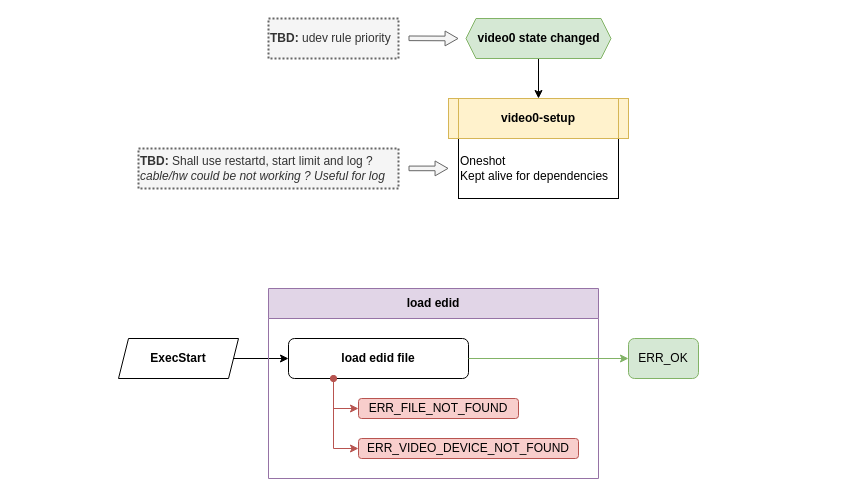
The draw.io diagram page "video0-setup" (4 of 8) of docs/arch/arch.v4.drawio in repeact/embedded-sw, before the edit. Source tidied: cells renumbered, new cells numbered last; positions are measured from the earlier drawing's top-left corner, leaving out a move shared by most shapes. Both pictures are drawn from the tidied source at 100%, with x=0, y=0 at pixel (118, 18).
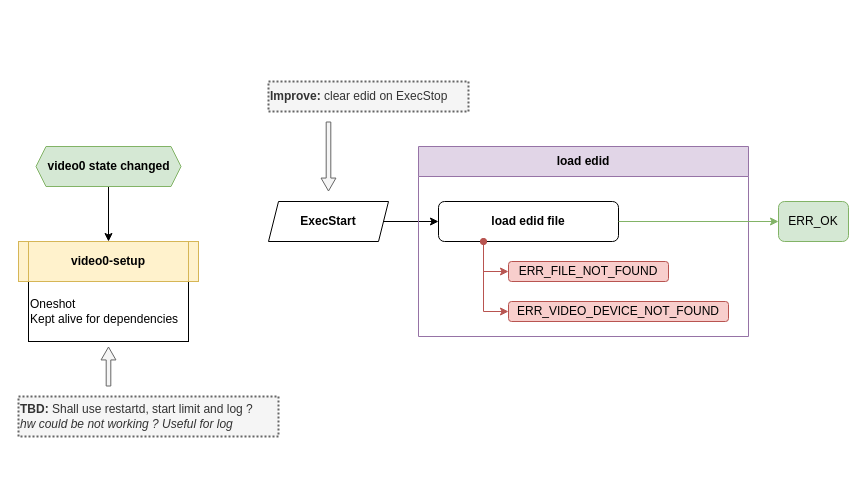
Above is the later version.

What changed in the source:
```diff
@@
     <mxCell id="2" value="Oneshot&lt;div&gt;Kept alive for dependencies&lt;/div&gt;" style="rounded=0;whiteSpace=wrap;html=1;align=left;" parent="1" vertex="1">
-      <mxGeometry x="340" y="120" width="160" height="60" as="geometry" />
+      <mxGeometry x="-90" y="263" width="160" height="60" as="geometry" />
     </mxCell>
     <mxCell id="3" value="&lt;span style=&quot;font-size: 12px;&quot;&gt;&lt;b&gt;video0-setup&lt;/b&gt;&lt;/span&gt;" style="shape=process;whiteSpace=wrap;html=1;backgroundOutline=1;size=0.05555555555555555;strokeWidth=1;fontSize=8;fillColor=#fff2cc;strokeColor=#d6b656;" parent="1" vertex="1">
-      <mxGeometry x="330" y="80" width="180" height="40" as="geometry" />
+      <mxGeometry x="-100" y="223" width="180" height="40" as="geometry" />
     </mxCell>
@@
     <mxCell id="5" value="&lt;span style=&quot;font-size: 12px;&quot;&gt;&lt;b&gt;video0 state&amp;nbsp;&lt;/b&gt;&lt;/span&gt;&lt;b style=&quot;font-size: 12px; background-color: transparent; color: light-dark(rgb(0, 0, 0), rgb(255, 255, 255));&quot;&gt;changed&lt;/b&gt;" style="shape=hexagon;perimeter=hexagonPerimeter2;whiteSpace=wrap;html=1;fixedSize=1;size=10;strokeWidth=1;fontSize=8;fillColor=#d5e8d4;strokeColor=#82b366;" parent="1" vertex="1">
-      <mxGeometry x="347.5" width="145" height="40" as="geometry" />
+      <mxGeometry x="-82.5" y="128" width="145" height="40" as="geometry" />
     </mxCell>
@@
     <mxCell id="7" value="ExecStart" style="shape=parallelogram;perimeter=parallelogramPerimeter;whiteSpace=wrap;html=1;fixedSize=1;size=10;spacingTop=0;spacingLeft=8;spacingRight=8;fontStyle=1;" parent="1" vertex="1">
-      <mxGeometry y="320" width="120" height="40" as="geometry" />
+      <mxGeometry x="150" y="183" width="120" height="40" as="geometry" />
     </mxCell>
     <mxCell id="8" value="&lt;span style=&quot;background-color: transparent; color: light-dark(rgb(0, 0, 0), rgb(255, 255, 255));&quot;&gt;load edid&lt;/span&gt;" style="swimlane;whiteSpace=wrap;html=1;startSize=30;fillColor=#e1d5e7;strokeColor=#9673a6;" parent="1" vertex="1">
-      <mxGeometry x="150" y="270" width="330" height="190" as="geometry" />
+      <mxGeometry x="300" y="128" width="330" height="190" as="geometry" />
     </mxCell>
     <mxCell id="9" value="&lt;b&gt;load edid file&lt;/b&gt;" style="rounded=1;whiteSpace=wrap;html=1;" parent="8" vertex="1">
-      <mxGeometry x="20" y="50" width="180" height="40" as="geometry" />
+      <mxGeometry x="20" y="55" width="180" height="40" as="geometry" />
     </mxCell>
     <mxCell id="10" value="ERR_FILE_NOT_FOUND" style="rounded=1;whiteSpace=wrap;html=1;fillColor=#f8cecc;strokeColor=#b85450;" parent="8" vertex="1">
-      <mxGeometry x="90" y="110" width="160" height="20" as="geometry" />
+      <mxGeometry x="90" y="115" width="160" height="20" as="geometry" />
     </mxCell>
     <mxCell id="11" style="edgeStyle=orthogonalEdgeStyle;rounded=0;jettySize=auto;html=1;startArrow=oval;startFill=1;fillColor=#f8cecc;strokeColor=#b85450;entryX=0;entryY=0.5;entryDx=0;entryDy=0;exitX=0.25;exitY=1;exitDx=0;exitDy=0;" parent="8" edge="1" source="9" target="10">
       <mxGeometry relative="1" as="geometry">
         <Array as="points">
-          <mxPoint x="65" y="120" />
+          <mxPoint x="65" y="125" />
         </Array>
       </mxGeometry>
     </mxCell>
     <mxCell id="12" value="&lt;span style=&quot;text-align: left;&quot;&gt;ERR_VIDEO_DEVICE_NOT_FOUND&lt;/span&gt;" style="rounded=1;whiteSpace=wrap;html=1;fillColor=#f8cecc;strokeColor=#b85450;" parent="8" vertex="1">
-      <mxGeometry x="90" y="150" width="220" height="20" as="geometry" />
+      <mxGeometry x="90" y="155" width="220" height="20" as="geometry" />
     </mxCell>
     <mxCell id="13" style="edgeStyle=orthogonalEdgeStyle;rounded=0;jettySize=auto;html=1;startArrow=oval;startFill=1;fillColor=#f8cecc;strokeColor=#b85450;entryX=0;entryY=0.5;entryDx=0;entryDy=0;exitX=0.25;exitY=1;exitDx=0;exitDy=0;" parent="8" edge="1" source="9" target="12">
       <mxGeometry relative="1" as="geometry">
         <Array as="points">
-          <mxPoint x="65" y="160" />
+          <mxPoint x="65" y="165" />
         </Array>
       </mxGeometry>
     </mxCell>
     <mxCell id="14" value="ERR_OK" style="rounded=1;whiteSpace=wrap;html=1;fillColor=#d5e8d4;strokeColor=#82b366;" parent="1" vertex="1">
-      <mxGeometry x="510" y="320" width="70" height="40" as="geometry" />
+      <mxGeometry x="660" y="183" width="70" height="40" as="geometry" />
     </mxCell>
@@
-    <mxCell id="16" value="&lt;div style=&quot;&quot;&gt;TBD: &lt;span style=&quot;font-weight: 400;&quot;&gt;Shall use restartd, start limit and log ?&lt;/span&gt;&lt;span style=&quot;font-weight: 400;&quot;&gt;&lt;br&gt;&lt;i&gt;cable/hw could be not working ? Useful for log&lt;/i&gt;&lt;/span&gt;&lt;/div&gt;" style="rounded=0;whiteSpace=wrap;html=1;fillColor=#f5f5f5;strokeColor=#666666;fontStyle=1;align=left;fontColor=#333333;strokeWidth=2;dashed=1;dashPattern=1 1;" parent="1" vertex="1">
-      <mxGeometry x="20" y="130" width="260" height="40" as="geometry" />
-    </mxCell>
-    <mxCell id="17" style="shape=flexArrow;endArrow=classic;html=1;rounded=0;width=4.62809917355372;endSize=3.978512396694215;endWidth=9.262109551833408;fillColor=#f5f5f5;strokeColor=#666666;" parent="1" edge="1">
-      <mxGeometry relative="1" as="geometry">
-        <mxPoint x="290" y="149.9" as="sourcePoint" />
-        <mxPoint x="330" y="149.9" as="targetPoint" />
-      </mxGeometry>
-    </mxCell>
-    <mxCell id="18" value="&lt;div style=&quot;&quot;&gt;TBD: &lt;span style=&quot;font-weight: 400;&quot;&gt;udev rule priority&lt;/span&gt;&lt;/div&gt;" style="rounded=0;whiteSpace=wrap;html=1;fillColor=#f5f5f5;strokeColor=#666666;fontStyle=1;align=left;fontColor=#333333;strokeWidth=2;dashed=1;dashPattern=1 1;" parent="1" vertex="1">
-      <mxGeometry x="150" width="130" height="40" as="geometry" />
-    </mxCell>
-    <mxCell id="19" style="shape=flexArrow;endArrow=classic;html=1;rounded=0;width=4.62809917355372;endSize=3.978512396694215;endWidth=9.262109551833408;fillColor=#f5f5f5;strokeColor=#666666;" parent="1" edge="1">
-      <mxGeometry relative="1" as="geometry">
-        <mxPoint x="290" y="19.8" as="sourcePoint" />
-        <mxPoint x="340" y="20" as="targetPoint" />
-      </mxGeometry>
-    </mxCell>
+    <mxCell id="20" value="&lt;div style=&quot;&quot;&gt;TBD: &lt;span style=&quot;font-weight: 400;&quot;&gt;Shall use restartd, start limit and log ?&lt;/span&gt;&lt;span style=&quot;font-weight: 400;&quot;&gt;&lt;br&gt;&lt;i&gt;hw could be not working ? Useful for log&lt;/i&gt;&lt;/span&gt;&lt;/div&gt;" style="rounded=0;whiteSpace=wrap;html=1;fillColor=#f5f5f5;strokeColor=#666666;fontStyle=1;align=left;fontColor=#333333;strokeWidth=2;dashed=1;dashPattern=1 1;" parent="1" vertex="1">
+      <mxGeometry x="-100" y="378" width="260" height="40" as="geometry" />
+    </mxCell>
+    <mxCell id="21" style="shape=flexArrow;endArrow=classic;html=1;rounded=0;width=4.62809917355372;endSize=3.978512396694215;endWidth=9.262109551833408;fillColor=#f5f5f5;strokeColor=#666666;" parent="1" edge="1">
+      <mxGeometry relative="1" as="geometry">
+        <mxPoint x="-10" y="368" as="sourcePoint" />
+        <mxPoint x="-10" y="328" as="targetPoint" />
+      </mxGeometry>
+    </mxCell>
+    <mxCell id="22" value="&lt;div style=&quot;&quot;&gt;Improve: &lt;span style=&quot;font-weight: normal;&quot;&gt;clear edid on ExecStop&lt;/span&gt;&lt;/div&gt;" style="rounded=0;whiteSpace=wrap;html=1;fillColor=#f5f5f5;strokeColor=#666666;fontStyle=1;align=left;fontColor=#333333;strokeWidth=2;dashed=1;dashPattern=1 1;" parent="1" vertex="1">
+      <mxGeometry x="150" y="63" width="200" height="30" as="geometry" />
+    </mxCell>
+    <mxCell id="23" style="shape=flexArrow;endArrow=classic;html=1;rounded=0;width=4.62809917355372;endSize=3.978512396694215;endWidth=9.262109551833408;fillColor=#f5f5f5;strokeColor=#666666;" parent="1" edge="1">
+      <mxGeometry relative="1" as="geometry">
+        <mxPoint x="210" y="103" as="sourcePoint" />
+        <mxPoint x="210" y="173" as="targetPoint" />
+      </mxGeometry>
+    </mxCell>
```
